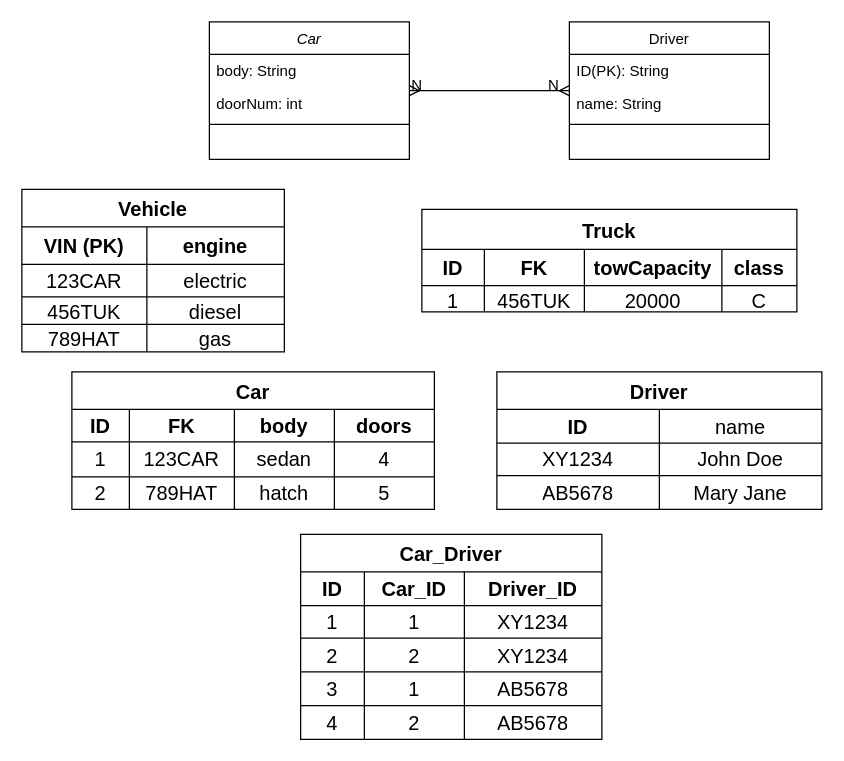
Before: Portfolio2.drawio in micahsellis/UMLs, a draw.io diagram. Source tidied: cells renumbered, new cells numbered last; positions are measured from the earlier drawing's top-left corner, leaving out a move shared by most shapes. Both pictures are drawn from the tidied source at 125%, with x=0, y=0 at pixel (21, 21).
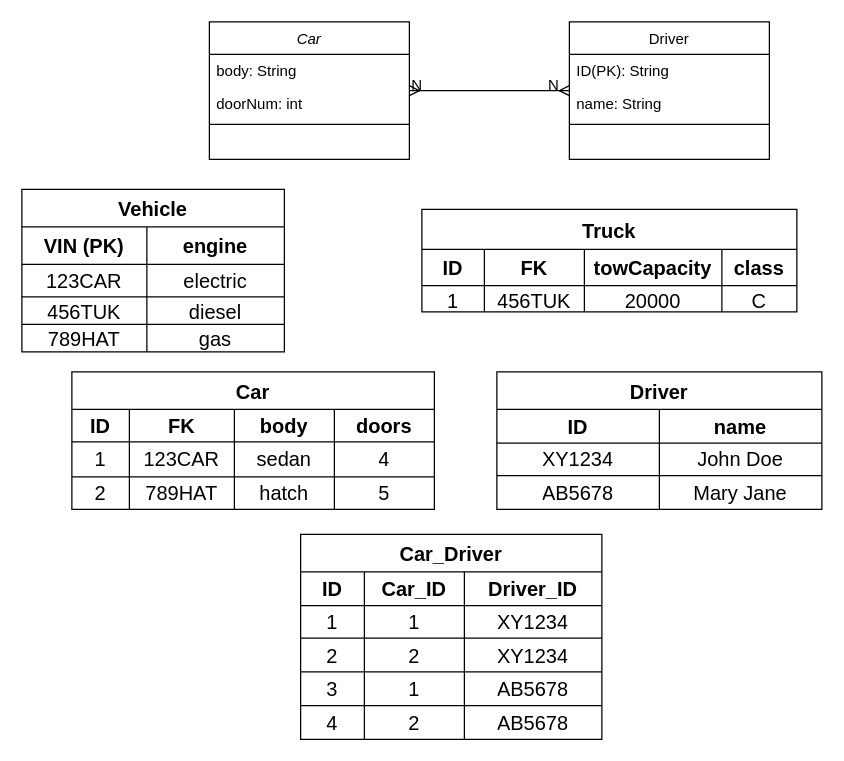
The same page after the edit.

The change refers to these unchanged cells:
```xml
<mxCell id="30" style="shape=tableRow;horizontal=0;startSize=0;swimlaneHead=0;swimlaneBody=0;strokeColor=inherit;top=0;left=0;bottom=0;right=0;fillColor=none;fontSize=16;" parent="29" vertex="1">
  <mxGeometry y="30" width="260" height="27" as="geometry" />
</mxCell>
```

Diff of the diagram source:
```diff
@@
-    <mxCell id="32" value="name" style="shape=partialRectangle;html=1;whiteSpace=wrap;strokeColor=inherit;overflow=hidden;fillColor=none;top=0;left=0;bottom=0;right=0;fontSize=16;" parent="30" vertex="1">
+    <mxCell id="32" value="&lt;b&gt;name&lt;/b&gt;" style="shape=partialRectangle;html=1;whiteSpace=wrap;strokeColor=inherit;overflow=hidden;fillColor=none;top=0;left=0;bottom=0;right=0;fontSize=16;" parent="30" vertex="1">
       <mxGeometry x="130" width="130" height="27" as="geometry" />
     </mxCell>
```
